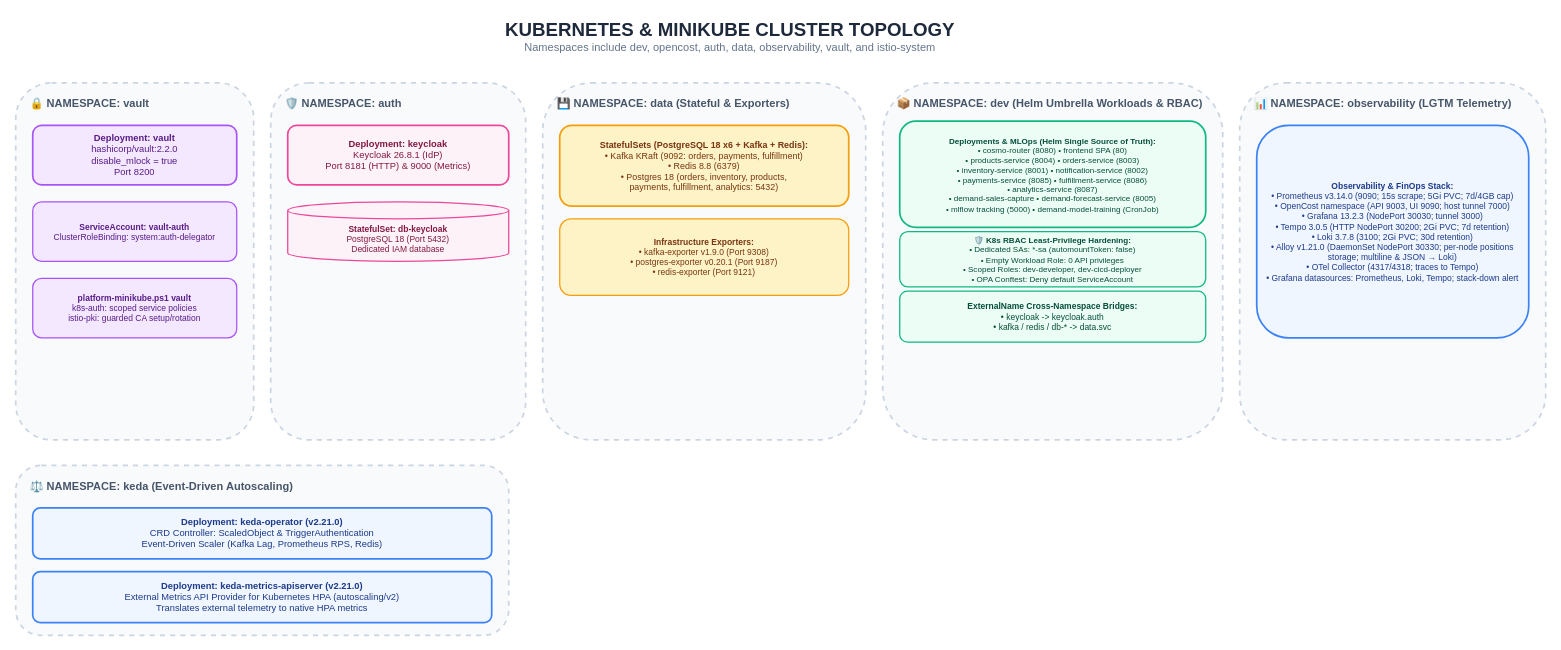
GeorgeGxx/microservices-architecture keeps this draw.io diagram as page "6. Kubernetes & Minikube Cluster Topology" (6 of 20) of docs/Diagrams.drawio. Above is the earlier version. Source tidied: cells renumbered, new cells numbered last; positions are measured from the earlier drawing's top-left corner, leaving out a move shared by most shapes. Both pictures are drawn from the tidied source at 85%, with x=0, y=0 at pixel (15, 14).
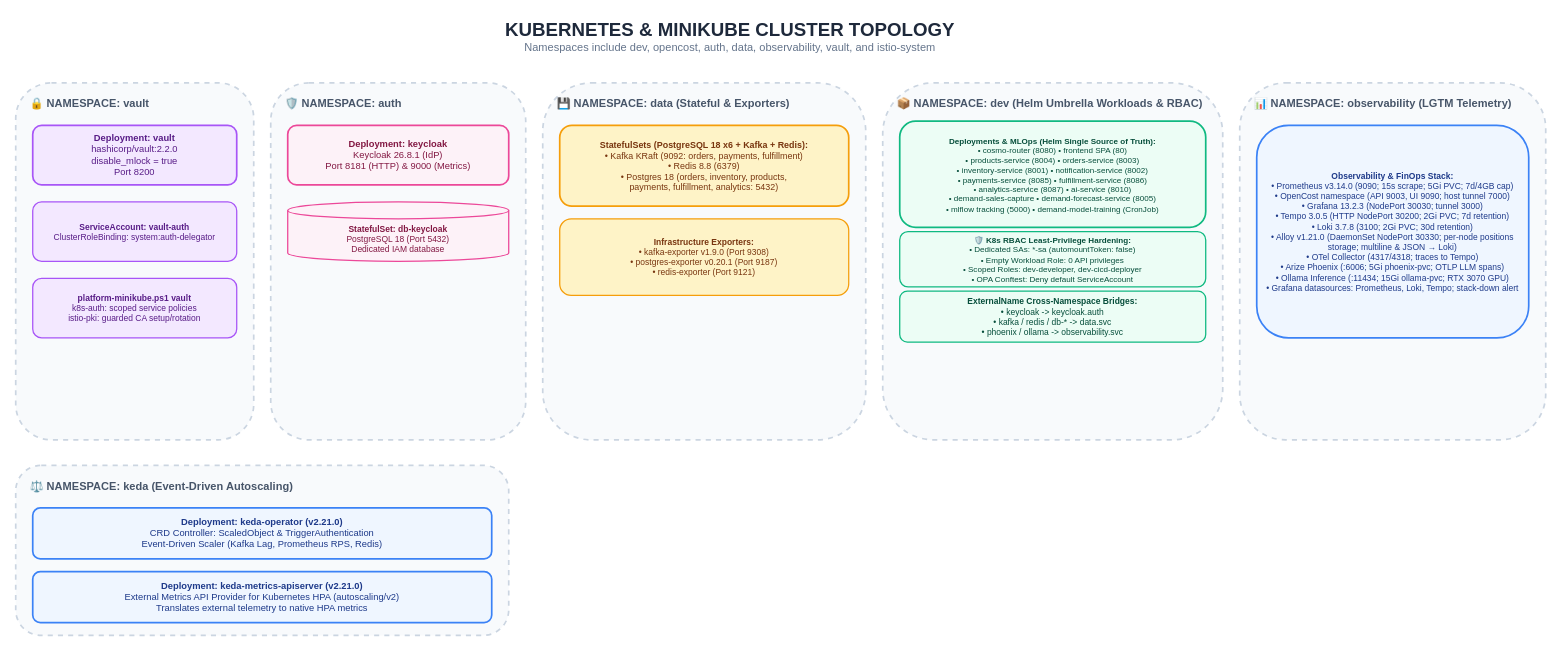
The same diagram, later.

The edit, as a diff of the source:
```diff
@@
-    <mxCell id="14" value="&lt;b&gt;Deployments &amp; MLOps (Helm Single Source of Truth):&lt;/b&gt;&lt;br&gt;• cosmo-router (8080) • frontend SPA (80)&lt;br&gt;• products-service (8004) • orders-service (8003)&lt;br&gt;• inventory-service (8001) • notification-service (8002)&lt;br&gt;• payments-service (8085) • fulfillment-service (8086)&lt;br&gt;• analytics-service (8087)&lt;br&gt;• demand-sales-capture • demand-forecast-service (8005)&lt;br&gt;• mlflow tracking (5000) • demand-model-training (CronJob)" style="rounded=1;whiteSpace=wrap;html=1;fillColor=#ECFDF5;strokeColor=#10B981;strokeWidth=2;fontColor=#064E3B;fontSize=9.5;" parent="1" vertex="1">
+    <mxCell id="14" value="&lt;b&gt;Deployments &amp; MLOps (Helm Single Source of Truth):&lt;/b&gt;&lt;br&gt;• cosmo-router (8080) • frontend SPA (80)&lt;br&gt;• products-service (8004) • orders-service (8003)&lt;br&gt;• inventory-service (8001) • notification-service (8002)&lt;br&gt;• payments-service (8085) • fulfillment-service (8086)&lt;br&gt;• analytics-service (8087) • ai-service (8010)&lt;br&gt;• demand-sales-capture • demand-forecast-service (8005)&lt;br&gt;• mlflow tracking (5000) • demand-model-training (CronJob)" style="rounded=1;whiteSpace=wrap;html=1;fillColor=#ECFDF5;strokeColor=#10B981;strokeWidth=2;fontColor=#064E3B;fontSize=9.5;" parent="1" vertex="1">
       <mxGeometry x="1040" y="125" width="360" height="125" as="geometry" />
     </mxCell>
@@
-    <mxCell id="16" value="&lt;b&gt;ExternalName Cross-Namespace Bridges:&lt;/b&gt;&lt;br&gt;• keycloak -&gt; keycloak.auth&lt;br&gt;• kafka / redis / db-* -&gt; data.svc" style="rounded=1;whiteSpace=wrap;html=1;fillColor=#ECFDF5;strokeColor=#10B981;strokeWidth=1.5;fontColor=#064E3B;fontSize=10;" parent="1" vertex="1">
+    <mxCell id="16" value="&lt;b&gt;ExternalName Cross-Namespace Bridges:&lt;/b&gt;&lt;br&gt;• keycloak -&gt; keycloak.auth&lt;br&gt;• kafka / redis / db-* -&gt; data.svc&lt;br&gt;• phoenix / ollama -&gt; observability.svc" style="rounded=1;whiteSpace=wrap;html=1;fillColor=#ECFDF5;strokeColor=#10B981;strokeWidth=1.5;fontColor=#064E3B;fontSize=10;" parent="1" vertex="1">
       <mxGeometry x="1040" y="325" width="360" height="60" as="geometry" />
     </mxCell>
@@
-    <mxCell id="18" value="&lt;b&gt;Observability &amp; FinOps Stack:&lt;/b&gt;&lt;br&gt;• Prometheus v3.14.0 (9090; 15s scrape; 5Gi PVC; 7d/4GB cap)&lt;br&gt;• OpenCost namespace (API 9003, UI 9090; host tunnel 7000)&lt;br&gt;• Grafana 13.2.3 (NodePort 30030; tunnel 3000)&lt;br&gt;• Tempo 3.0.5 (HTTP NodePort 30200; 2Gi PVC; 7d retention)&lt;br&gt;• Loki 3.7.8 (3100; 2Gi PVC; 30d retention)&lt;br&gt;• Alloy v1.21.0 (DaemonSet NodePort 30330; per-node positions storage; multiline &amp; JSON → Loki)&lt;br&gt;• OTel Collector (4317/4318; traces to Tempo)&lt;br&gt;• Grafana datasources: Prometheus, Loki, Tempo; stack-down alert" style="rounded=1;whiteSpace=wrap;html=1;fillColor=#EFF6FF;strokeColor=#3B82F6;strokeWidth=2;fontColor=#1E3A8A;fontSize=10;" parent="1" vertex="1">
+    <mxCell id="18" value="&lt;b&gt;Observability &amp; FinOps Stack:&lt;/b&gt;&lt;br&gt;• Prometheus v3.14.0 (9090; 15s scrape; 5Gi PVC; 7d/4GB cap)&lt;br&gt;• OpenCost namespace (API 9003, UI 9090; host tunnel 7000)&lt;br&gt;• Grafana 13.2.3 (NodePort 30030; tunnel 3000)&lt;br&gt;• Tempo 3.0.5 (HTTP NodePort 30200; 2Gi PVC; 7d retention)&lt;br&gt;• Loki 3.7.8 (3100; 2Gi PVC; 30d retention)&lt;br&gt;• Alloy v1.21.0 (DaemonSet NodePort 30330; per-node positions storage; multiline &amp; JSON → Loki)&lt;br&gt;• OTel Collector (4317/4318; traces to Tempo)&lt;br&gt;• Arize Phoenix (:6006; 5Gi phoenix-pvc; OTLP LLM spans)&lt;br&gt;• Ollama Inference (:11434; 15Gi ollama-pvc; RTX 3070 GPU)&lt;br&gt;• Grafana datasources: Prometheus, Loki, Tempo; stack-down alert" style="rounded=1;whiteSpace=wrap;html=1;fillColor=#EFF6FF;strokeColor=#3B82F6;strokeWidth=2;fontColor=#1E3A8A;fontSize=10;" parent="1" vertex="1">
       <mxGeometry x="1460" y="130" width="320" height="250" as="geometry" />
     </mxCell>
```
